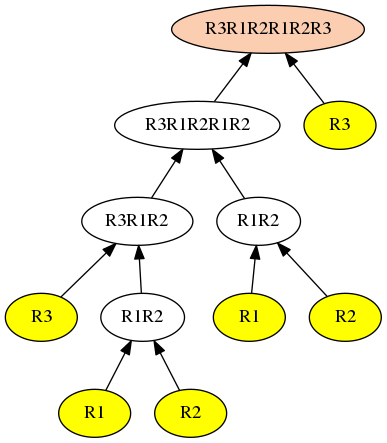
iitramar/guiTool keeps this Graphviz diagram as GuiTool/image/Codos/CodosDot.png. Above is the earlier version. Its source is kept beside it as GuiTool/image/Codos/CodosDot.dot.
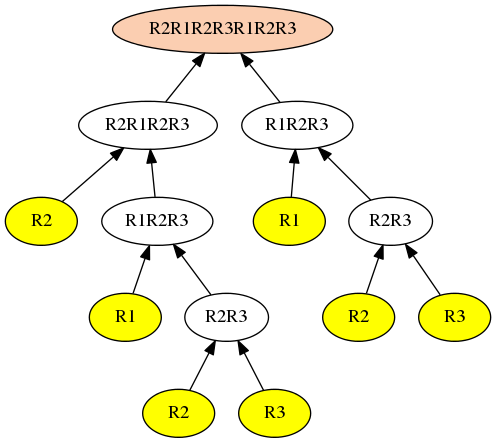
Above is the later version.

The edit, as a diff of the source:
```diff
@@ -1,30 +1,35 @@
 digraph G {
 rankdir = BT;
-1[style=filled, fillcolor= "#FBCEB1", label=R3R1R2R1R2R3];
-2[label=R3R1R2R1R2];
+1[style=filled, fillcolor= "#FBCEB1", label=R2R1R2R3R1R2R3];
+2[label=R2R1R2R3];
 2->1
-3[label=R3];
+3[label=R1R2R3];
 3->1
-4[label=R3R1R2];
+4[label=R2];
 4->2
-5[label=R1R2];
+5[label=R1R2R3];
 5->2
-8[label=R3];
-8->4
-9[label=R1R2];
-9->4
-8[style=filled, fillcolor=yellow];
-18[label=R1];
-18->9
-19[label=R2];
-19->9
-18[style=filled, fillcolor=yellow];
-19[style=filled, fillcolor=yellow];
+4[style=filled, fillcolor=yellow];
 10[label=R1];
 10->5
-11[label=R2];
+11[label=R2R3];
 11->5
 10[style=filled, fillcolor=yellow];
-11[style=filled, fillcolor=yellow];
-3[style=filled, fillcolor=yellow];
+22[label=R2];
+22->11
+23[label=R3];
+23->11
+22[style=filled, fillcolor=yellow];
+23[style=filled, fillcolor=yellow];
+6[label=R1];
+6->3
+7[label=R2R3];
+7->3
+6[style=filled, fillcolor=yellow];
+14[label=R2];
+14->7
+15[label=R3];
+15->7
+14[style=filled, fillcolor=yellow];
+15[style=filled, fillcolor=yellow];
 }
```
